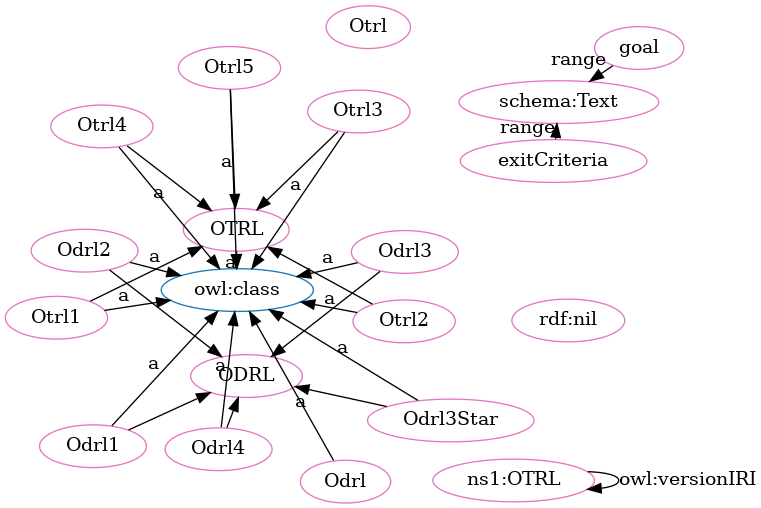
Above: OTRL-clean.png in OPEN-NEXT/OKH-LOSH (Graphviz), before the change. Its source is kept beside it as OTRL-clean.dot.
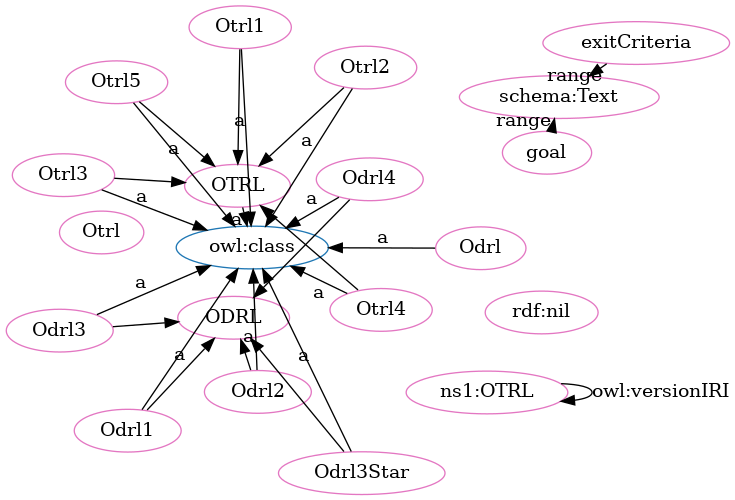
Above is the later version.

Diff of the diagram source:
```diff
@@ -2,50 +2,50 @@
   rankdir=BT
   node[height=.3]
 "http://purl.org/oseg/ontologies/OTRL#ODRL" [fillcolor="#1f77b4" color="#1f77b4" label="ODRL"]
+"http://www.w3.org/2002/07/owl#class" [fillcolor="#1f77b4" color="#1f77b4" label="owl:class"]
 "http://purl.org/oseg/ontologies/OTRL#OTRL" [fillcolor="#1f77b4" color="#1f77b4" label="OTRL"]
-"http://www.w3.org/2002/07/owl#class" [fillcolor="#1f77b4" color="#1f77b4" label="owl:class"]
+"http://www.w3.org/1999/02/22-rdf-syntax-ns#nil" [fillcolor="#e377c2" color="#e377c2" label="rdf:nil"]
+"http://purl.org/oseg/ontologies/OTRL#Otrl1" [fillcolor="#e377c2" color="#e377c2" label="Otrl1"]
+"http://purl.org/oseg/ontologies/OTRL#ODRL" [fillcolor="#e377c2" color="#e377c2" label="ODRL"]
+"http://purl.org/oseg/ontologies/OTRL#Otrl" [fillcolor="#e377c2" color="#e377c2" label="Otrl"]
+"http://schema.org/Text" [fillcolor="#e377c2" color="#e377c2" label="schema:Text"]
 "http://purl.org/oseg/ontologies/OTRL#OTRL" [fillcolor="#e377c2" color="#e377c2" label="OTRL"]
-"http://purl.org/oseg/ontologies/OTRL#Otrl" [fillcolor="#e377c2" color="#e377c2" label="Otrl"]
-"http://www.w3.org/1999/02/22-rdf-syntax-ns#nil" [fillcolor="#e377c2" color="#e377c2" label="rdf:nil"]
-"http://purl.org/oseg/ontologies/OTRL#Otrl3" [fillcolor="#e377c2" color="#e377c2" label="Otrl3"]
+"http://purl.org/oseg/ontologies/OTRL#Odrl" [fillcolor="#e377c2" color="#e377c2" label="Odrl"]
+"http://purl.org/oseg/ontologies/OTRL#Otrl5" [fillcolor="#e377c2" color="#e377c2" label="Otrl5"]
+"http://purl.org/oseg/ontologies/OTRL#exitCriteria" [fillcolor="#e377c2" color="#e377c2" label="exitCriteria"]
+"http://purl.org/oseg/ontologies/OTRL" [fillcolor="#e377c2" color="#e377c2" label="ns1:OTRL"]
 "http://purl.org/oseg/ontologies/OTRL#Odrl3" [fillcolor="#e377c2" color="#e377c2" label="Odrl3"]
-"http://purl.org/oseg/ontologies/OTRL#ODRL" [fillcolor="#e377c2" color="#e377c2" label="ODRL"]
 "http://purl.org/oseg/ontologies/OTRL#Odrl2" [fillcolor="#e377c2" color="#e377c2" label="Odrl2"]
-"http://schema.org/Text" [fillcolor="#e377c2" color="#e377c2" label="schema:Text"]
-"http://purl.org/oseg/ontologies/OTRL#Otrl1" [fillcolor="#e377c2" color="#e377c2" label="Otrl1"]
-"http://purl.org/oseg/ontologies/OTRL" [fillcolor="#e377c2" color="#e377c2" label="ns1:OTRL"]
 "http://purl.org/oseg/ontologies/OTRL#goal" [fillcolor="#e377c2" color="#e377c2" label="goal"]
-"http://purl.org/oseg/ontologies/OTRL#Odrl4" [fillcolor="#e377c2" color="#e377c2" label="Odrl4"]
-"http://purl.org/oseg/ontologies/OTRL#Odrl" [fillcolor="#e377c2" color="#e377c2" label="Odrl"]
 "http://purl.org/oseg/ontologies/OTRL#Odrl1" [fillcolor="#e377c2" color="#e377c2" label="Odrl1"]
-"http://purl.org/oseg/ontologies/OTRL#exitCriteria" [fillcolor="#e377c2" color="#e377c2" label="exitCriteria"]
-"http://purl.org/oseg/ontologies/OTRL#Otrl2" [fillcolor="#e377c2" color="#e377c2" label="Otrl2"]
 "http://purl.org/oseg/ontologies/OTRL#Otrl4" [fillcolor="#e377c2" color="#e377c2" label="Otrl4"]
 "http://purl.org/oseg/ontologies/OTRL#Odrl3Star" [fillcolor="#e377c2" color="#e377c2" label="Odrl3Star"]
-"http://purl.org/oseg/ontologies/OTRL#Otrl5" [fillcolor="#e377c2" color="#e377c2" label="Otrl5"]
+"http://purl.org/oseg/ontologies/OTRL#Otrl3" [fillcolor="#e377c2" color="#e377c2" label="Otrl3"]
+"http://purl.org/oseg/ontologies/OTRL#Otrl2" [fillcolor="#e377c2" color="#e377c2" label="Otrl2"]
+"http://purl.org/oseg/ontologies/OTRL#Odrl4" [fillcolor="#e377c2" color="#e377c2" label="Odrl4"]
+  "http://purl.org/oseg/ontologies/OTRL#Odrl2" -> "http://purl.org/oseg/ontologies/OTRL#ODRL" [label=""]
+  "http://purl.org/oseg/ontologies/OTRL#exitCriteria" -> "http://schema.org/Text" [label="range"]
+  "http://purl.org/oseg/ontologies/OTRL#Otrl2" -> "http://purl.org/oseg/ontologies/OTRL#OTRL" [label=""]
+  "http://purl.org/oseg/ontologies/OTRL" -> "http://purl.org/oseg/ontologies/OTRL" [label="owl:versionIRI"]
+  "http://purl.org/oseg/ontologies/OTRL#Odrl1" -> "http://purl.org/oseg/ontologies/OTRL#ODRL" [label=""]
+  "http://purl.org/oseg/ontologies/OTRL#OTRL" -> "http://www.w3.org/2002/07/owl#class" [label="a"]
+  "http://purl.org/oseg/ontologies/OTRL#Otrl4" -> "http://www.w3.org/2002/07/owl#class" [label="a"]
+  "http://purl.org/oseg/ontologies/OTRL#Odrl3Star" -> "http://www.w3.org/2002/07/owl#class" [label="a"]
+  "http://purl.org/oseg/ontologies/OTRL#Otrl3" -> "http://www.w3.org/2002/07/owl#class" [label="a"]
+  "http://purl.org/oseg/ontologies/OTRL#Odrl4" -> "http://www.w3.org/2002/07/owl#class" [label="a"]
+  "http://purl.org/oseg/ontologies/OTRL#Otrl1" -> "http://www.w3.org/2002/07/owl#class" [label="a"]
+  "http://purl.org/oseg/ontologies/OTRL#Otrl5" -> "http://www.w3.org/2002/07/owl#class" [label="a"]
   "http://purl.org/oseg/ontologies/OTRL#Odrl3" -> "http://www.w3.org/2002/07/owl#class" [label="a"]
   "http://purl.org/oseg/ontologies/OTRL#Odrl2" -> "http://www.w3.org/2002/07/owl#class" [label="a"]
-  "http://purl.org/oseg/ontologies/OTRL" -> "http://purl.org/oseg/ontologies/OTRL" [label="owl:versionIRI"]
   "http://purl.org/oseg/ontologies/OTRL#Otrl4" -> "http://purl.org/oseg/ontologies/OTRL#OTRL" [label=""]
-  "http://purl.org/oseg/ontologies/OTRL#Odrl3" -> "http://purl.org/oseg/ontologies/OTRL#ODRL" [label=""]
-  "http://purl.org/oseg/ontologies/OTRL#Odrl1" -> "http://purl.org/oseg/ontologies/OTRL#ODRL" [label=""]
-  "http://purl.org/oseg/ontologies/OTRL#Odrl" -> "http://www.w3.org/2002/07/owl#class" [label="a"]
+  "http://purl.org/oseg/ontologies/OTRL#Otrl3" -> "http://purl.org/oseg/ontologies/OTRL#OTRL" [label=""]
+  "http://purl.org/oseg/ontologies/OTRL#Odrl1" -> "http://www.w3.org/2002/07/owl#class" [label="a"]
+  "http://purl.org/oseg/ontologies/OTRL#Odrl3Star" -> "http://purl.org/oseg/ontologies/OTRL#ODRL" [label=""]
   "http://purl.org/oseg/ontologies/OTRL#Odrl4" -> "http://purl.org/oseg/ontologies/OTRL#ODRL" [label=""]
   "http://purl.org/oseg/ontologies/OTRL#Otrl1" -> "http://purl.org/oseg/ontologies/OTRL#OTRL" [label=""]
+  "http://purl.org/oseg/ontologies/OTRL#Otrl5" -> "http://purl.org/oseg/ontologies/OTRL#OTRL" [label=""]
   "http://purl.org/oseg/ontologies/OTRL#goal" -> "http://schema.org/Text" [label="range"]
-  "http://purl.org/oseg/ontologies/OTRL#Odrl2" -> "http://purl.org/oseg/ontologies/OTRL#ODRL" [label=""]
-  "http://purl.org/oseg/ontologies/OTRL#Otrl5" -> "http://purl.org/oseg/ontologies/OTRL#OTRL" [label=""]
-  "http://purl.org/oseg/ontologies/OTRL#Otrl5" -> "http://www.w3.org/2002/07/owl#class" [label="a"]
-  "http://purl.org/oseg/ontologies/OTRL#Otrl3" -> "http://purl.org/oseg/ontologies/OTRL#OTRL" [label=""]
-  "http://purl.org/oseg/ontologies/OTRL#Otrl3" -> "http://www.w3.org/2002/07/owl#class" [label="a"]
-  "http://purl.org/oseg/ontologies/OTRL#Odrl3Star" -> "http://purl.org/oseg/ontologies/OTRL#ODRL" [label=""]
-  "http://purl.org/oseg/ontologies/OTRL#exitCriteria" -> "http://schema.org/Text" [label="range"]
-  "http://purl.org/oseg/ontologies/OTRL#Otrl1" -> "http://www.w3.org/2002/07/owl#class" [label="a"]
-  "http://purl.org/oseg/ontologies/OTRL#Odrl4" -> "http://www.w3.org/2002/07/owl#class" [label="a"]
-  "http://purl.org/oseg/ontologies/OTRL#OTRL" -> "http://www.w3.org/2002/07/owl#class" [label="a"]
-  "http://purl.org/oseg/ontologies/OTRL#Odrl1" -> "http://www.w3.org/2002/07/owl#class" [label="a"]
-  "http://purl.org/oseg/ontologies/OTRL#Otrl2" -> "http://purl.org/oseg/ontologies/OTRL#OTRL" [label=""]
   "http://purl.org/oseg/ontologies/OTRL#Otrl2" -> "http://www.w3.org/2002/07/owl#class" [label="a"]
-  "http://purl.org/oseg/ontologies/OTRL#Otrl4" -> "http://www.w3.org/2002/07/owl#class" [label="a"]
-  "http://purl.org/oseg/ontologies/OTRL#Odrl3Star" -> "http://www.w3.org/2002/07/owl#class" [label="a"]
+  "http://purl.org/oseg/ontologies/OTRL#Odrl" -> "http://www.w3.org/2002/07/owl#class" [label="a"]
+  "http://purl.org/oseg/ontologies/OTRL#Odrl3" -> "http://purl.org/oseg/ontologies/OTRL#ODRL" [label=""]
 }
```
